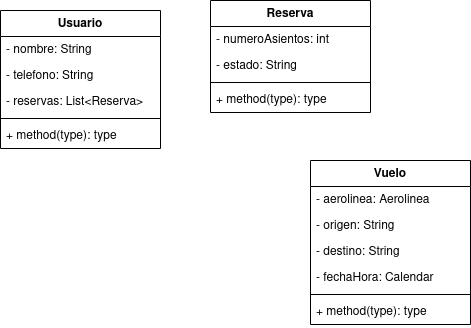
Before: ejercicio2/diagram/ejercicio2-maxi.png, a diagram exported from draw.io (mackstm/examen-ets). Source tidied: cells renumbered, new cells last; positions are measured from the earlier drawing's top-left corner, leaving out a move shared by most shapes.
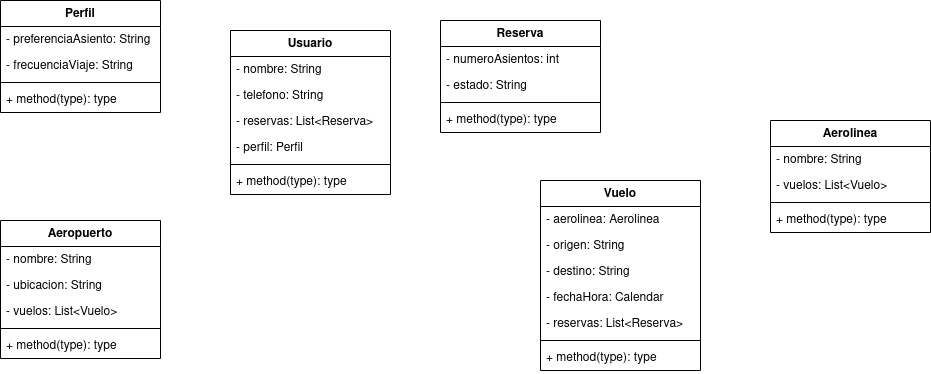
Above is the later version.

The edit, as a diff of the source:
```diff
@@ -3,7 +3,7 @@
     <mxCell id="0" />
     <mxCell id="1" parent="0" />
     <mxCell id="2" value="Usuario" style="swimlane;fontStyle=1;align=center;verticalAlign=top;horizontal=1;startSize=26;whiteSpace=wrap;html=1;" parent="1" vertex="1">
-      <mxGeometry y="10" width="160" height="138" as="geometry" />
+      <mxGeometry y="10" width="160" height="164" as="geometry" />
     </mxCell>
     <mxCell id="3" value="- nombre: String" style="text;strokeColor=none;fillColor=none;align=left;verticalAlign=top;spacingLeft=4;spacingRight=4;overflow=hidden;whiteSpace=wrap;html=1;" parent="2" vertex="1">
       <mxGeometry y="26" width="160" height="26" as="geometry" />
@@ -14,11 +14,14 @@
     <mxCell id="5" value="- reservas: List&amp;lt;Reserva&amp;gt;" style="text;strokeColor=none;fillColor=none;align=left;verticalAlign=top;spacingLeft=4;spacingRight=4;overflow=hidden;whiteSpace=wrap;html=1;" parent="2" vertex="1">
       <mxGeometry y="78" width="160" height="26" as="geometry" />
     </mxCell>
+    <mxCell id="20" value="- perfil: Perfil" style="text;strokeColor=none;fillColor=none;align=left;verticalAlign=top;spacingLeft=4;spacingRight=4;overflow=hidden;whiteSpace=wrap;html=1;" parent="2" vertex="1">
+      <mxGeometry y="104" width="160" height="26" as="geometry" />
+    </mxCell>
     <mxCell id="6" style="line;strokeWidth=1;fillColor=none;align=left;verticalAlign=middle;spacingTop=-1;spacingLeft=3;spacingRight=3;labelPosition=right;strokeColor=inherit;" parent="2" vertex="1">
-      <mxGeometry y="104" width="160" height="8" as="geometry" />
+      <mxGeometry y="130" width="160" height="8" as="geometry" />
     </mxCell>
     <mxCell id="7" value="+ method(type): type" style="text;strokeColor=none;fillColor=none;align=left;verticalAlign=top;spacingLeft=4;spacingRight=4;overflow=hidden;whiteSpace=wrap;html=1;" parent="2" vertex="1">
-      <mxGeometry y="112" width="160" height="26" as="geometry" />
+      <mxGeometry y="138" width="160" height="26" as="geometry" />
     </mxCell>
     <mxCell id="8" value="Reserva" style="swimlane;fontStyle=1;align=center;verticalAlign=top;horizontal=1;startSize=26;whiteSpace=wrap;html=1;" parent="1" vertex="1">
       <mxGeometry x="210" width="160" height="112" as="geometry" />
@@ -36,7 +39,7 @@
       <mxGeometry y="86" width="160" height="26" as="geometry" />
     </mxCell>
     <mxCell id="13" value="Vuelo" style="swimlane;fontStyle=1;align=center;verticalAlign=top;horizontal=1;startSize=26;whiteSpace=wrap;html=1;" parent="1" vertex="1">
-      <mxGeometry x="310" y="160" width="160" height="164" as="geometry" />
+      <mxGeometry x="310" y="160" width="160" height="190" as="geometry" />
     </mxCell>
     <mxCell id="14" value="- aerolinea: Aerolinea" style="text;strokeColor=none;fillColor=none;align=left;verticalAlign=top;spacingLeft=4;spacingRight=4;overflow=hidden;whiteSpace=wrap;html=1;" parent="13" vertex="1">
       <mxGeometry y="26" width="160" height="26" as="geometry" />
@@ -50,11 +53,62 @@
     <mxCell id="17" value="- fechaHora: Calendar" style="text;strokeColor=none;fillColor=none;align=left;verticalAlign=top;spacingLeft=4;spacingRight=4;overflow=hidden;whiteSpace=wrap;html=1;" parent="13" vertex="1">
       <mxGeometry y="104" width="160" height="26" as="geometry" />
     </mxCell>
+    <mxCell id="21" value="- reservas: List&amp;lt;Reserva&amp;gt;" style="text;strokeColor=none;fillColor=none;align=left;verticalAlign=top;spacingLeft=4;spacingRight=4;overflow=hidden;whiteSpace=wrap;html=1;" parent="13" vertex="1">
+      <mxGeometry y="130" width="160" height="26" as="geometry" />
+    </mxCell>
     <mxCell id="18" style="line;strokeWidth=1;fillColor=none;align=left;verticalAlign=middle;spacingTop=-1;spacingLeft=3;spacingRight=3;labelPosition=right;strokeColor=inherit;" parent="13" vertex="1">
-      <mxGeometry y="130" width="160" height="8" as="geometry" />
+      <mxGeometry y="156" width="160" height="8" as="geometry" />
     </mxCell>
     <mxCell id="19" value="+ method(type): type" style="text;strokeColor=none;fillColor=none;align=left;verticalAlign=top;spacingLeft=4;spacingRight=4;overflow=hidden;whiteSpace=wrap;html=1;" parent="13" vertex="1">
-      <mxGeometry y="138" width="160" height="26" as="geometry" />
+      <mxGeometry y="164" width="160" height="26" as="geometry" />
     </mxCell>
+    <mxCell id="22" value="Aerolinea" style="swimlane;fontStyle=1;align=center;verticalAlign=top;horizontal=1;startSize=26;whiteSpace=wrap;html=1;" parent="1" vertex="1">
+      <mxGeometry x="540" y="100" width="160" height="112" as="geometry" />
+    </mxCell>
+    <mxCell id="23" value="- nombre: String" style="text;strokeColor=none;fillColor=none;align=left;verticalAlign=top;spacingLeft=4;spacingRight=4;overflow=hidden;whiteSpace=wrap;html=1;" parent="22" vertex="1">
+      <mxGeometry y="26" width="160" height="26" as="geometry" />
+    </mxCell>
+    <mxCell id="24" value="- vuelos: List&amp;lt;Vuelo&amp;gt;" style="text;strokeColor=none;fillColor=none;align=left;verticalAlign=top;spacingLeft=4;spacingRight=4;overflow=hidden;whiteSpace=wrap;html=1;" parent="22" vertex="1">
+      <mxGeometry y="52" width="160" height="26" as="geometry" />
+    </mxCell>
+    <mxCell id="25" style="line;strokeWidth=1;fillColor=none;align=left;verticalAlign=middle;spacingTop=-1;spacingLeft=3;spacingRight=3;labelPosition=right;strokeColor=inherit;" parent="22" vertex="1">
+      <mxGeometry y="78" width="160" height="8" as="geometry" />
+    </mxCell>
+    <mxCell id="26" value="+ method(type): type" style="text;strokeColor=none;fillColor=none;align=left;verticalAlign=top;spacingLeft=4;spacingRight=4;overflow=hidden;whiteSpace=wrap;html=1;" parent="22" vertex="1">
+      <mxGeometry y="86" width="160" height="26" as="geometry" />
+    </mxCell>
+    <mxCell id="27" value="Aeropuerto" style="swimlane;fontStyle=1;align=center;verticalAlign=top;horizontal=1;startSize=26;whiteSpace=wrap;html=1;" parent="1" vertex="1">
+      <mxGeometry x="-230" y="200" width="160" height="138" as="geometry" />
+    </mxCell>
+    <mxCell id="28" value="- nombre: String" style="text;strokeColor=none;fillColor=none;align=left;verticalAlign=top;spacingLeft=4;spacingRight=4;overflow=hidden;whiteSpace=wrap;html=1;" parent="27" vertex="1">
+      <mxGeometry y="26" width="160" height="26" as="geometry" />
+    </mxCell>
+    <mxCell id="29" value="- ubicacion: String" style="text;strokeColor=none;fillColor=none;align=left;verticalAlign=top;spacingLeft=4;spacingRight=4;overflow=hidden;whiteSpace=wrap;html=1;" parent="27" vertex="1">
+      <mxGeometry y="52" width="160" height="26" as="geometry" />
+    </mxCell>
+    <mxCell id="30" value="- vuelos: List&amp;lt;Vuelo&amp;gt;" style="text;strokeColor=none;fillColor=none;align=left;verticalAlign=top;spacingLeft=4;spacingRight=4;overflow=hidden;whiteSpace=wrap;html=1;" parent="27" vertex="1">
+      <mxGeometry y="78" width="160" height="26" as="geometry" />
+    </mxCell>
+    <mxCell id="31" style="line;strokeWidth=1;fillColor=none;align=left;verticalAlign=middle;spacingTop=-1;spacingLeft=3;spacingRight=3;labelPosition=right;strokeColor=inherit;" parent="27" vertex="1">
+      <mxGeometry y="104" width="160" height="8" as="geometry" />
+    </mxCell>
+    <mxCell id="32" value="+ method(type): type" style="text;strokeColor=none;fillColor=none;align=left;verticalAlign=top;spacingLeft=4;spacingRight=4;overflow=hidden;whiteSpace=wrap;html=1;" parent="27" vertex="1">
+      <mxGeometry y="112" width="160" height="26" as="geometry" />
+    </mxCell>
+    <mxCell id="33" value="Perfil" style="swimlane;fontStyle=1;align=center;verticalAlign=top;horizontal=1;startSize=26;whiteSpace=wrap;html=1;" parent="1" vertex="1">
+      <mxGeometry x="-230" y="-20" width="160" height="112" as="geometry" />
+    </mxCell>
+    <mxCell id="34" value="- preferenciaAsiento: String" style="text;strokeColor=none;fillColor=none;align=left;verticalAlign=top;spacingLeft=4;spacingRight=4;overflow=hidden;whiteSpace=wrap;html=1;" parent="33" vertex="1">
+      <mxGeometry y="26" width="160" height="26" as="geometry" />
+    </mxCell>
+    <mxCell id="35" value="- frecuenciaViaje: String" style="text;strokeColor=none;fillColor=none;align=left;verticalAlign=top;spacingLeft=4;spacingRight=4;overflow=hidden;whiteSpace=wrap;html=1;" parent="33" vertex="1">
+      <mxGeometry y="52" width="160" height="26" as="geometry" />
+    </mxCell>
+    <mxCell id="36" style="line;strokeWidth=1;fillColor=none;align=left;verticalAlign=middle;spacingTop=-1;spacingLeft=3;spacingRight=3;labelPosition=right;strokeColor=inherit;" parent="33" vertex="1">
+      <mxGeometry y="78" width="160" height="8" as="geometry" />
+    </mxCell>
+    <mxCell id="37" value="+ method(type): type" style="text;strokeColor=none;fillColor=none;align=left;verticalAlign=top;spacingLeft=4;spacingRight=4;overflow=hidden;whiteSpace=wrap;html=1;" parent="33" vertex="1">
+      <mxGeometry y="86" width="160" height="26" as="geometry" />
+    </mxCell>
   </root>
 </mxGraphModel>
```
